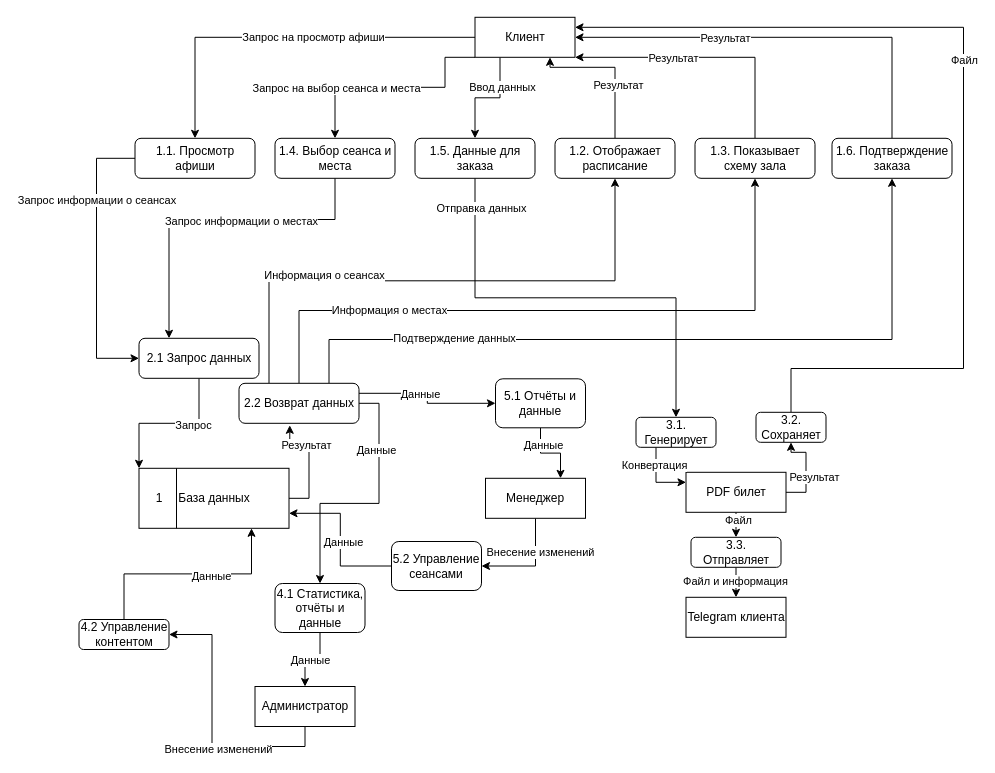
The draw.io diagram Диаграммы/Диаграмма потоков данных.drawio in Klevchik1/Diplom, before the edit. Source tidied: cells renumbered, new cells numbered last; positions are measured from the earlier drawing's top-left corner, leaving out a move shared by most shapes. Both pictures are drawn from the tidied source at 100%, with x=0, y=0 at pixel (79, 17).
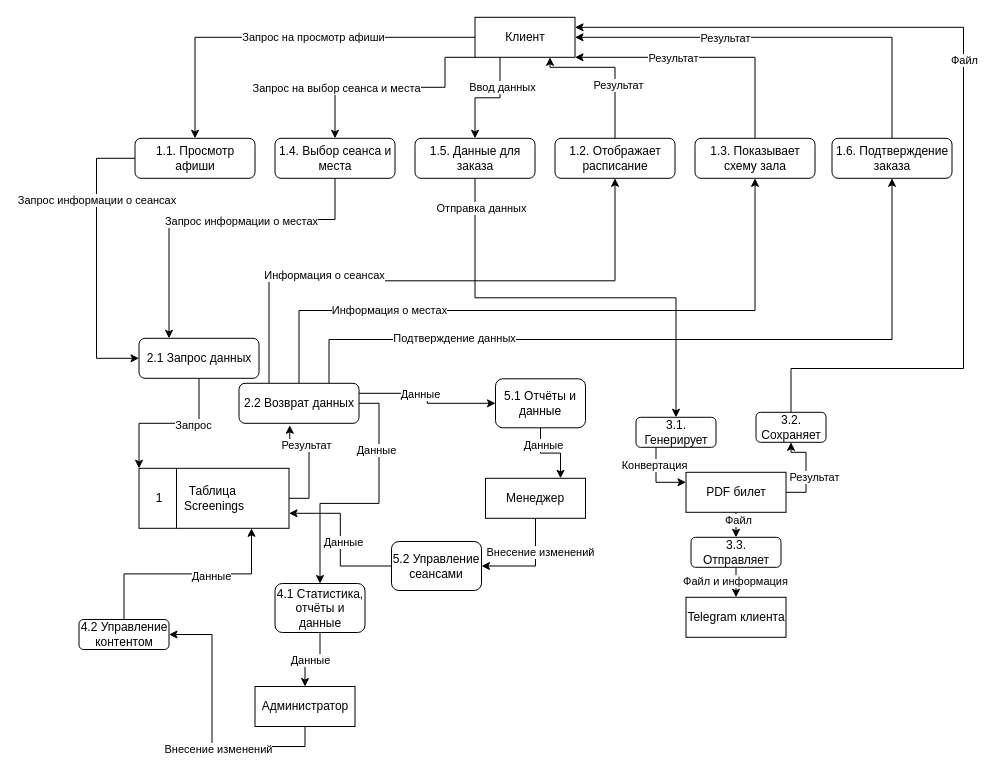
The same diagram, later.

What changed in the source:
```diff
@@
-    <mxCell id="15" value="База данных" style="rounded=0;whiteSpace=wrap;html=1;" parent="1" vertex="1">
+    <mxCell id="15" value="Таблица&amp;nbsp;&lt;div&gt;Screenings&lt;/div&gt;" style="rounded=0;whiteSpace=wrap;html=1;" parent="1" vertex="1">
       <mxGeometry x="59.5" y="450.8" width="150" height="60" as="geometry" />
     </mxCell>
```
